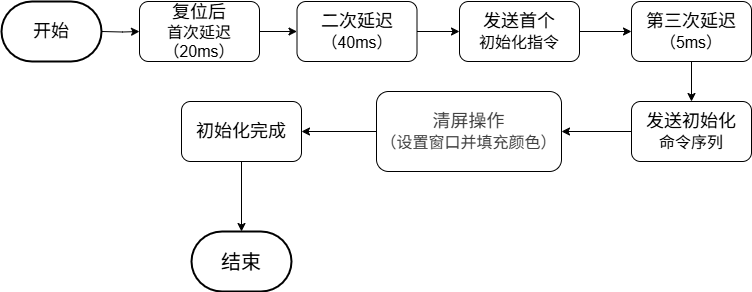
This is lcd_init_drive.png from maple-m117/bysj_etc., a draw.io export, as it was before one commit. Source tidied: cells renumbered, new cells last; positions are measured from the earlier drawing's top-left corner, leaving out a move shared by most shapes.
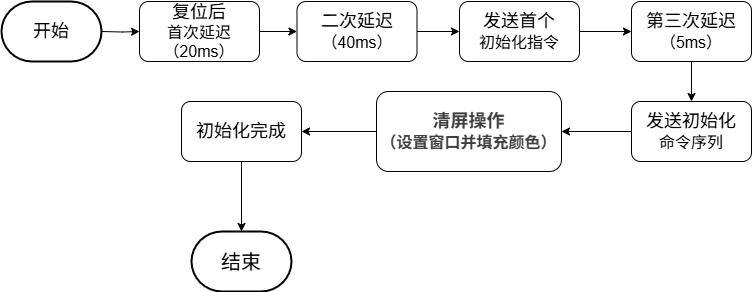
Above is the later version.

The edit, as a diff of the source:
```diff
@@ -43,7 +43,7 @@
     <mxCell id="14" style="edgeStyle=orthogonalEdgeStyle;rounded=0;jettySize=auto;html=1;" parent="1" edge="1" source="15" target="17">
       <mxGeometry relative="1" as="geometry" />
     </mxCell>
-    <mxCell id="15" value="&lt;span style=&quot;color: rgb(64, 64, 64); text-align: left; background-color: rgb(255, 255, 255);&quot;&gt;&lt;font style=&quot;font-size: 18px;&quot;&gt;清屏操作&lt;/font&gt;&lt;/span&gt;&lt;div&gt;&lt;span style=&quot;color: rgb(64, 64, 64); text-align: left; background-color: rgb(255, 255, 255);&quot;&gt;&lt;font size=&quot;3&quot;&gt;（设置窗口并填充颜色）&lt;/font&gt;&lt;/span&gt;&lt;/div&gt;" style="rounded=1;whiteSpace=wrap;html=1;" parent="1" vertex="1">
+    <mxCell id="15" value="&lt;span style=&quot;color: rgb(64, 64, 64); text-align: left; background-color: rgb(255, 255, 255);&quot;&gt;&lt;font style=&quot;font-size: 18px;&quot;&gt;&lt;b&gt;清屏操作&lt;/b&gt;&lt;/font&gt;&lt;/span&gt;&lt;div&gt;&lt;span style=&quot;color: rgb(64, 64, 64); text-align: left; background-color: rgb(255, 255, 255);&quot;&gt;&lt;font size=&quot;3&quot;&gt;&lt;b&gt;（设置窗口并填充颜色）&lt;/b&gt;&lt;/font&gt;&lt;/span&gt;&lt;/div&gt;" style="rounded=1;whiteSpace=wrap;html=1;" parent="1" vertex="1">
       <mxGeometry x="375" y="90" width="185" height="80" as="geometry" />
     </mxCell>
     <mxCell id="16" style="edgeStyle=orthogonalEdgeStyle;rounded=0;jettySize=auto;html=1;" parent="1" edge="1" source="17" target="7">
```
